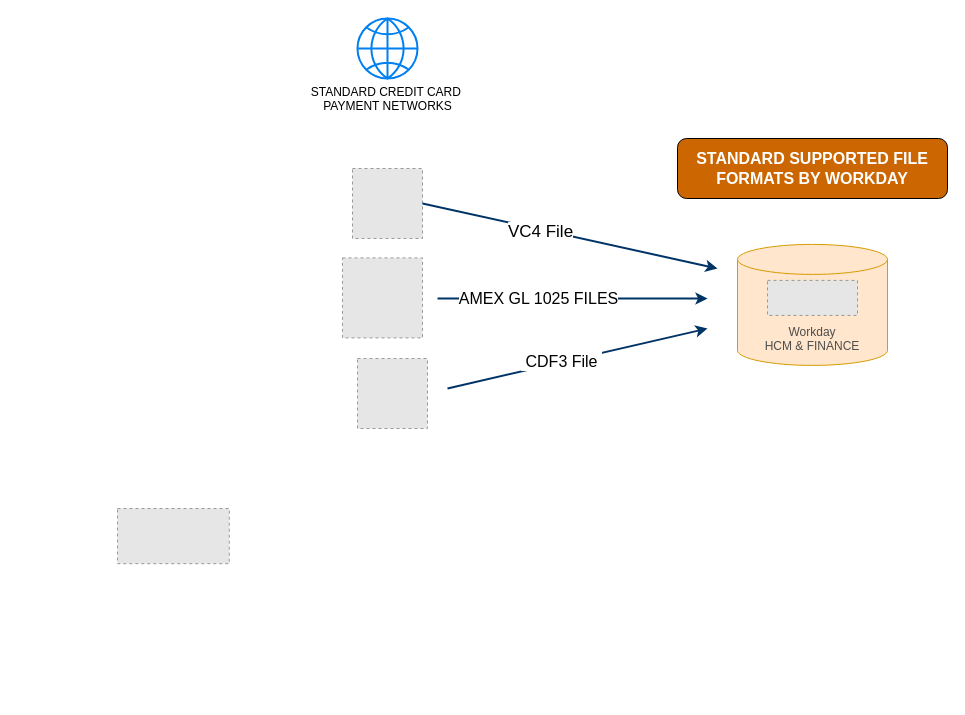
Before: WELLTECH SOLDO Expense Transactions.drawio in sandyaroma/sandyaroma, a draw.io diagram. Source tidied: cells renumbered, new cells numbered last; positions are measured from the earlier drawing's top-left corner, leaving out a move shared by most shapes. Both pictures are drawn from the tidied source at 100%, with x=0, y=0 at pixel (117, 18). Pictures stored in the file or linked from it are replaced by grey dashed boxes.
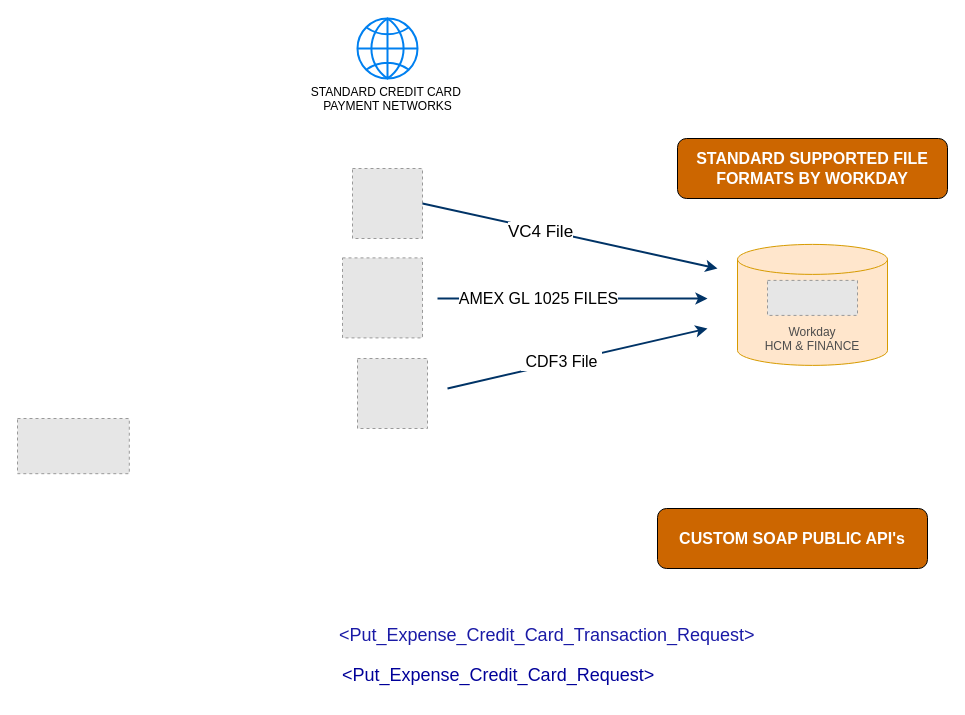
The same page after the edit.

Change to the diagram source:
```diff
@@
     <mxCell id="4" style="fillColor=#E6E6E6;strokeColor=#999999;dashed=1;verticalLabelPosition=bottom;labelBackgroundColor=default;verticalAlign=top;" parent="1" vertex="1">
-      <mxGeometry y="490" width="111.8" height="55.2" as="geometry" />
+      <mxGeometry x="-100" y="400" width="111.8" height="55.2" as="geometry" />
     </mxCell>
@@
+    <mxCell id="16" value="&lt;span style=&quot;color: rgb(26, 26, 166); font-style: normal; font-variant-ligatures: normal; font-variant-caps: normal; font-weight: 400; letter-spacing: normal; orphans: 2; text-align: start; text-indent: 0px; text-transform: none; widows: 2; word-spacing: 0px; -webkit-text-stroke-width: 0px; white-space: normal; text-decoration-thickness: initial; text-decoration-style: initial; text-decoration-color: initial; float: none; display: inline !important;&quot;&gt;&lt;font style=&quot;font-size: 18px;&quot;&gt;&amp;lt;Put_Expense_Credit_Card_Transaction_Request&amp;gt;&lt;/font&gt;&lt;/span&gt;" style="text;whiteSpace=wrap;html=1;fontFamily=Helvetica;fontSize=18;fontColor=#000099;" parent="1" vertex="1">
+      <mxGeometry x="220" y="600" width="340" height="40" as="geometry" />
+    </mxCell>
+    <mxCell id="17" value="&lt;Put_Expense_Credit_Card_Request&gt;" style="text;whiteSpace=wrap;fontFamily=Helvetica;fontSize=18;fontColor=#000099;" parent="1" vertex="1">
+      <mxGeometry x="222.5" y="640" width="315" height="40" as="geometry" />
+    </mxCell>
+    <mxCell id="18" value="&lt;font color=&quot;#ffffff&quot; style=&quot;font-size: 16px;&quot;&gt;&lt;b&gt;CUSTOM SOAP PUBLIC API's&lt;/b&gt;&lt;/font&gt;" style="rounded=1;whiteSpace=wrap;html=1;fillColor=#CC6600;" parent="1" vertex="1">
+      <mxGeometry x="540" y="490" width="270" height="60" as="geometry" />
+    </mxCell>
```
